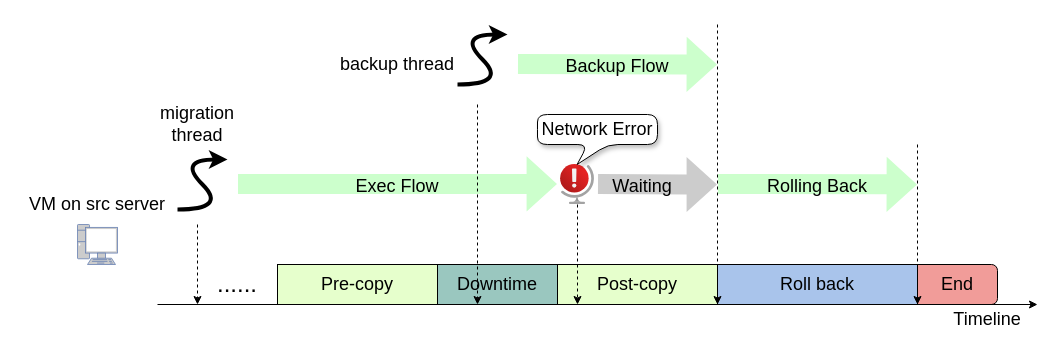
This is qemu-migration/postcopy error roll back timeline.drawio from xuyizhe1999/drawio, a draw.io file, before an edit. Source tidied: cells renumbered, new cells numbered last; positions are measured from the earlier drawing's top-left corner, leaving out a move shared by most shapes. Both pictures are drawn from the tidied source at 100%, with x=0, y=0 at pixel (17, 24).
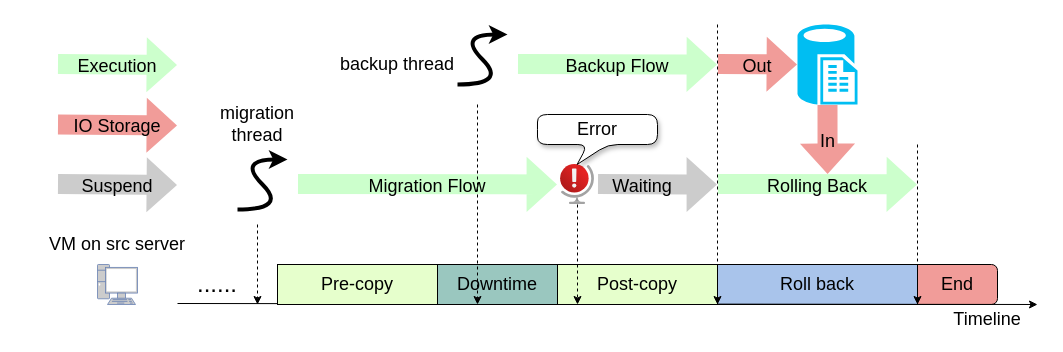
The same page after the edit.

Unchanged cells that the change refers to:
```xml
<mxCell id="30" value="&lt;font style=&quot;font-size: 18px;&quot;&gt;Rolling Back&lt;/font&gt;" style="text;html=1;strokeColor=none;fillColor=none;align=center;verticalAlign=middle;whiteSpace=wrap;rounded=0;fontSize=24;" parent="1" vertex="1">
  <mxGeometry x="720" y="140" width="160" height="40" as="geometry" />
</mxCell>
```

Diff of the diagram source:
```diff
@@
-    <mxCell id="5" style="endArrow=classic;html=1;rounded=0;fontSize=18;" parent="1" edge="1">
+    <mxCell id="5" style="endArrow=classic;html=1;rounded=0;fontSize=18;exitX=0;exitY=1;exitDx=0;exitDy=0;" parent="1" edge="1" source="32">
       <mxGeometry relative="1" as="geometry">
-        <mxPoint x="140" y="280" as="sourcePoint" />
         <mxPoint x="1020" y="280" as="targetPoint" />
       </mxGeometry>
     </mxCell>
@@
     <mxCell id="9" style="fontColor=#0066CC;verticalAlign=top;verticalLabelPosition=bottom;labelPosition=center;align=center;html=1;fillColor=#CCCCCC;strokeColor=#6881B3;gradientColor=none;gradientDirection=north;strokeWidth=2;shape=mxgraph.networks.pc;fontSize=18;" parent="1" vertex="1">
-      <mxGeometry x="60" y="200" width="40" height="40" as="geometry" />
+      <mxGeometry x="80" y="240" width="40" height="40" as="geometry" />
     </mxCell>
     <mxCell id="10" value="VM on src server" style="text;html=1;strokeColor=none;fillColor=none;align=center;verticalAlign=middle;whiteSpace=wrap;rounded=0;fontSize=18;" parent="1" vertex="1">
-      <mxGeometry y="160" width="160" height="40" as="geometry" />
+      <mxGeometry x="20" y="200" width="160" height="40" as="geometry" />
     </mxCell>
     <mxCell id="11" style="shape=flexArrow;endArrow=classic;html=1;rounded=0;fillColor=#CCFFCC;strokeColor=none;startArrow=none;width=20;endWidth=34.11764705882353;endSize=9.8;" parent="1" edge="1">
       <mxGeometry relative="1" as="geometry">
-        <mxPoint x="220" y="159.4" as="sourcePoint" />
-        <mxPoint x="540" y="159.4" as="targetPoint" />
+        <mxPoint x="280" y="159.5" as="sourcePoint" />
+        <mxPoint x="540" y="159.9" as="targetPoint" />
         <Array as="points">
-          <mxPoint x="520" y="159.4" />
+          <mxPoint x="520" y="159.9" />
         </Array>
       </mxGeometry>
     </mxCell>
@@
-    <mxCell id="15" value="Network Error" style="shape=callout;whiteSpace=wrap;html=1;perimeter=calloutPerimeter;fontSize=18;size=20;position=0.42;base=20;position2=0.33;rounded=1;shadow=1;" parent="1" vertex="1">
+    <mxCell id="15" value="Error" style="shape=callout;whiteSpace=wrap;html=1;perimeter=calloutPerimeter;fontSize=18;size=20;position=0.42;base=20;position2=0.33;rounded=1;shadow=1;" parent="1" vertex="1">
       <mxGeometry x="520" y="90" width="120" height="50" as="geometry" />
     </mxCell>
     <mxCell id="16" style="curved=1;endArrow=classic;html=1;rounded=0;strokeWidth=4;" parent="1" edge="1">
       <mxGeometry relative="1" as="geometry">
-        <mxPoint x="160" y="185" as="sourcePoint" />
-        <mxPoint x="210" y="135" as="targetPoint" />
+        <mxPoint x="220" y="185" as="sourcePoint" />
+        <mxPoint x="270" y="135" as="targetPoint" />
         <Array as="points">
-          <mxPoint x="210" y="185" />
-          <mxPoint x="160" y="135" />
+          <mxPoint x="270" y="185" />
+          <mxPoint x="220" y="135" />
         </Array>
       </mxGeometry>
     </mxCell>
@@
     <mxCell id="18" value="&lt;font style=&quot;font-size: 18px;&quot;&gt;migration thread&lt;/font&gt;" style="text;html=1;strokeColor=none;fillColor=none;align=center;verticalAlign=middle;whiteSpace=wrap;rounded=0;" parent="1" vertex="1">
-      <mxGeometry x="120" y="80" width="120" height="40" as="geometry" />
+      <mxGeometry x="180" y="80" width="120" height="40" as="geometry" />
     </mxCell>
@@
     <mxCell id="20" style="endArrow=classic;html=1;rounded=0;fontSize=18;strokeWidth=1;dashed=1;" parent="1" edge="1">
       <mxGeometry relative="1" as="geometry">
-        <mxPoint x="180" y="200" as="sourcePoint" />
-        <mxPoint x="180" y="280" as="targetPoint" />
+        <mxPoint x="240" y="200" as="sourcePoint" />
+        <mxPoint x="240" y="280" as="targetPoint" />
       </mxGeometry>
     </mxCell>
-    <mxCell id="21" value="&lt;font style=&quot;font-size: 18px;&quot;&gt;Exec Flow&lt;/font&gt;" style="text;html=1;strokeColor=none;fillColor=none;align=center;verticalAlign=middle;whiteSpace=wrap;rounded=0;fontSize=24;" parent="1" vertex="1">
-      <mxGeometry x="300" y="140" width="160" height="40" as="geometry" />
+    <mxCell id="21" value="&lt;font style=&quot;font-size: 18px;&quot;&gt;Migration Flow&lt;/font&gt;" style="text;html=1;strokeColor=none;fillColor=none;align=center;verticalAlign=middle;whiteSpace=wrap;rounded=0;fontSize=24;" parent="1" vertex="1">
+      <mxGeometry x="320" y="140" width="180" height="40" as="geometry" />
     </mxCell>
@@
     <mxCell id="32" value="&lt;font style=&quot;font-size: 24px;&quot;&gt;......&lt;/font&gt;" style="text;html=1;strokeColor=none;fillColor=none;align=center;verticalAlign=middle;whiteSpace=wrap;rounded=0;fontSize=18;" parent="1" vertex="1">
-      <mxGeometry x="180" y="240" width="80" height="39" as="geometry" />
+      <mxGeometry x="160" y="240" width="80" height="39" as="geometry" />
     </mxCell>
+    <mxCell id="33" style="verticalLabelPosition=bottom;html=1;verticalAlign=top;align=center;strokeColor=none;fillColor=#00BEF2;shape=mxgraph.azure.sql_reporting;fontSize=24;" parent="1" vertex="1">
+      <mxGeometry x="780" width="60" height="80" as="geometry" />
+    </mxCell>
+    <mxCell id="34" style="shape=flexArrow;endArrow=classic;html=1;rounded=0;fillColor=#CCFFCC;strokeColor=none;startArrow=none;width=20;endWidth=34.11764705882353;endSize=9.8;" parent="1" edge="1">
+      <mxGeometry relative="1" as="geometry">
+        <mxPoint x="40" y="39.5" as="sourcePoint" />
+        <mxPoint x="160" y="40.5" as="targetPoint" />
+      </mxGeometry>
+    </mxCell>
+    <mxCell id="35" style="shape=flexArrow;endArrow=classic;html=1;rounded=0;fillColor=#F19C99;strokeColor=none;startArrow=none;width=20;endWidth=34.11764705882353;endSize=9.8;" parent="1" edge="1">
+      <mxGeometry relative="1" as="geometry">
+        <mxPoint x="40" y="100" as="sourcePoint" />
+        <mxPoint x="160" y="101" as="targetPoint" />
+      </mxGeometry>
+    </mxCell>
+    <mxCell id="36" style="shape=flexArrow;endArrow=classic;html=1;rounded=0;fillColor=#CCCCCC;strokeColor=none;startArrow=none;width=20;endWidth=34.11764705882353;endSize=9.8;" parent="1" edge="1">
+      <mxGeometry relative="1" as="geometry">
+        <mxPoint x="40" y="159.5" as="sourcePoint" />
+        <mxPoint x="160" y="160.5" as="targetPoint" />
+      </mxGeometry>
+    </mxCell>
+    <mxCell id="37" value="&lt;font style=&quot;font-size: 18px;&quot;&gt;Execution&lt;/font&gt;" style="text;html=1;strokeColor=none;fillColor=none;align=center;verticalAlign=middle;whiteSpace=wrap;rounded=0;fontSize=24;" parent="1" vertex="1">
+      <mxGeometry x="40" y="20" width="120" height="40" as="geometry" />
+    </mxCell>
+    <mxCell id="38" value="&lt;font style=&quot;font-size: 18px;&quot;&gt;IO Storage&lt;/font&gt;" style="text;html=1;strokeColor=none;fillColor=none;align=center;verticalAlign=middle;whiteSpace=wrap;rounded=0;fontSize=24;" parent="1" vertex="1">
+      <mxGeometry x="40" y="80" width="120" height="40" as="geometry" />
+    </mxCell>
+    <mxCell id="39" value="&lt;font style=&quot;font-size: 18px;&quot;&gt;Suspend&lt;/font&gt;" style="text;html=1;strokeColor=none;fillColor=none;align=center;verticalAlign=middle;whiteSpace=wrap;rounded=0;fontSize=24;" parent="1" vertex="1">
+      <mxGeometry x="40" y="140" width="120" height="40" as="geometry" />
+    </mxCell>
+    <mxCell id="40" style="shape=flexArrow;endArrow=classic;html=1;rounded=0;fillColor=#F19C99;strokeColor=none;startArrow=none;width=20;endWidth=34.11764705882353;endSize=9.8;" parent="1" edge="1">
+      <mxGeometry relative="1" as="geometry">
+        <mxPoint x="700" y="39.5" as="sourcePoint" />
+        <mxPoint x="780" y="40" as="targetPoint" />
+      </mxGeometry>
+    </mxCell>
+    <mxCell id="41" value="&lt;font style=&quot;font-size: 18px;&quot;&gt;Out&lt;/font&gt;" style="text;html=1;strokeColor=none;fillColor=none;align=center;verticalAlign=middle;whiteSpace=wrap;rounded=0;fontSize=24;" parent="1" vertex="1">
+      <mxGeometry x="710" y="20" width="60" height="40" as="geometry" />
+    </mxCell>
+    <mxCell id="42" style="shape=flexArrow;endArrow=classic;html=1;rounded=0;fillColor=#F19C99;strokeColor=none;startArrow=none;width=20;endWidth=34.11764705882353;endSize=9.8;exitX=0.5;exitY=1;exitDx=0;exitDy=0;exitPerimeter=0;entryX=0.563;entryY=0.25;entryDx=0;entryDy=0;entryPerimeter=0;" parent="1" edge="1" source="33" target="30">
+      <mxGeometry relative="1" as="geometry" />
+    </mxCell>
+    <mxCell id="43" value="&lt;font style=&quot;font-size: 18px;&quot;&gt;In&lt;/font&gt;" style="text;html=1;strokeColor=none;fillColor=none;align=center;verticalAlign=middle;whiteSpace=wrap;rounded=0;fontSize=24;" parent="1" vertex="1">
+      <mxGeometry x="770.5" y="95" width="79" height="40" as="geometry" />
+    </mxCell>
```
